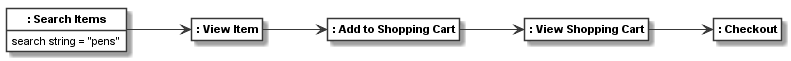
The PlantUML diagram docsrc/source/images/shopping_trace_object_model.png in uzdun/CodeableModels, before a commit. The source it was exported from:
```plantuml
@startuml
skinparam monochrome true
skinparam ClassBackgroundColor White
hide empty members
hide circle
skinparam defaultFontName Arial
skinparam defaultFontSize 11
skinparam classfontstyle bold
left to right direction
class " : Search Items" as __1_None {
search string = "pens"
}

class " : View Item" as __2_None
class " : Add to Shopping Cart" as __3_None
class " : View Shopping Cart" as __4_None
class " : Checkout" as __5_None
__1_None --> __2_None: ""
__2_None --> __3_None: ""
__3_None --> __4_None: ""
__4_None --> __5_None: ""
@enduml
```
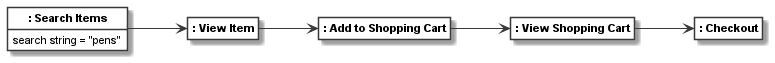
The same diagram one commit later.

Diff of the diagram source:
```diff
@@ -5,18 +5,17 @@
 hide circle
 skinparam defaultFontName Arial
 skinparam defaultFontSize 11
-skinparam classfontstyle bold
 left to right direction
-class " : Search Items" as __1_None {
+class "<b> : Search Items</b>" as __1_None {
 search string = "pens"
 }
 
-class " : View Item" as __2_None
-class " : Add to Shopping Cart" as __3_None
-class " : View Shopping Cart" as __4_None
-class " : Checkout" as __5_None
-__1_None --> __2_None: ""
-__2_None --> __3_None: ""
-__3_None --> __4_None: ""
-__4_None --> __5_None: ""
+class "<b> : View Item</b>" as __2_None
+class "<b> : Add to Shopping Cart</b>" as __3_None
+class "<b> : View Shopping Cart</b>" as __4_None
+class "<b> : Checkout</b>" as __5_None
+__1_None --> __2_None
+__2_None --> __3_None
+__3_None --> __4_None
+__4_None --> __5_None
 @enduml
```
